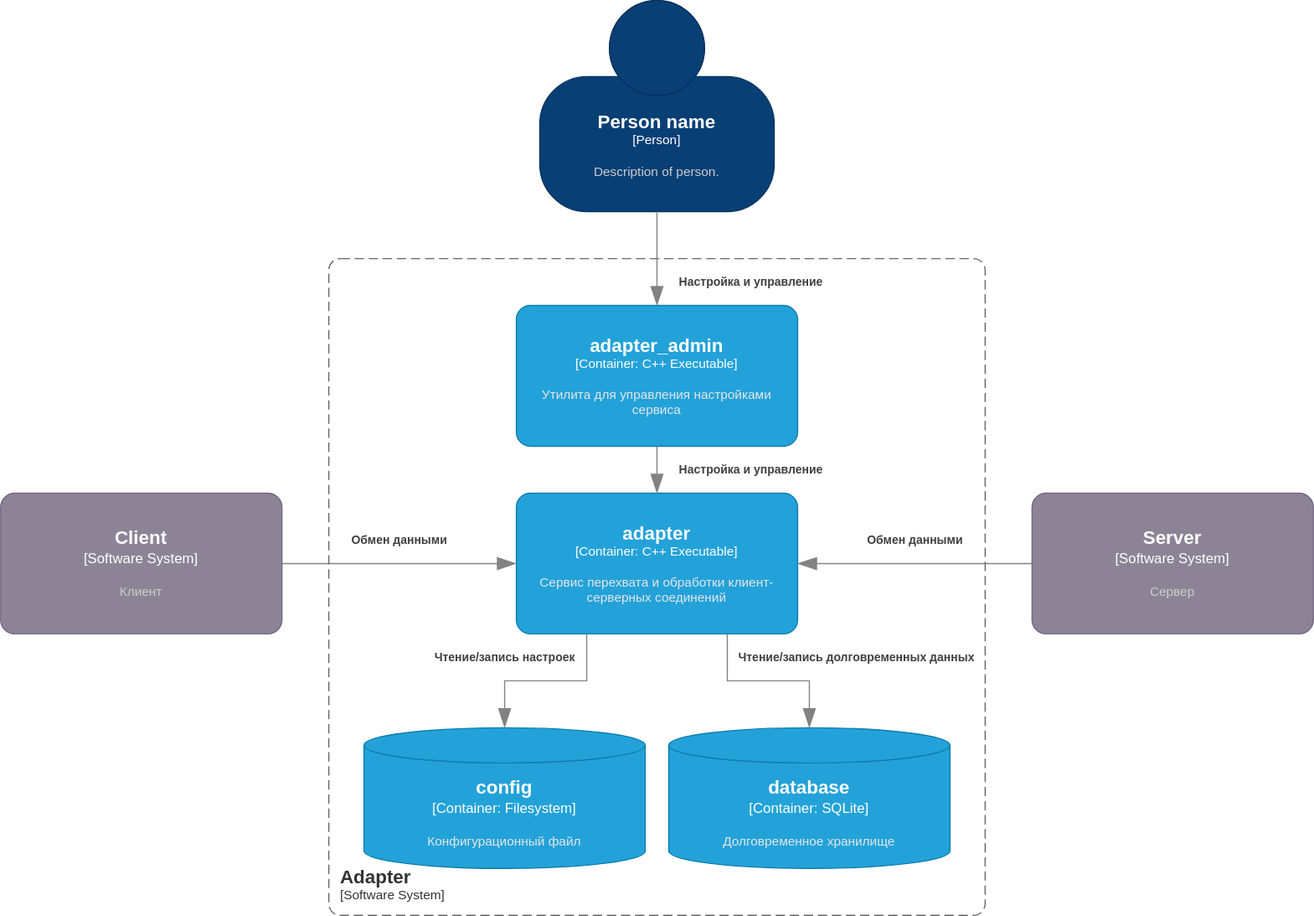
This is diagrams/ContainerDiagram.svg from OmarovAmir/otus, a draw.io export, as it was before one commit. Source tidied: cells renumbered, new cells last; positions are measured from the earlier drawing's top-left corner, leaving out a move shared by most shapes.
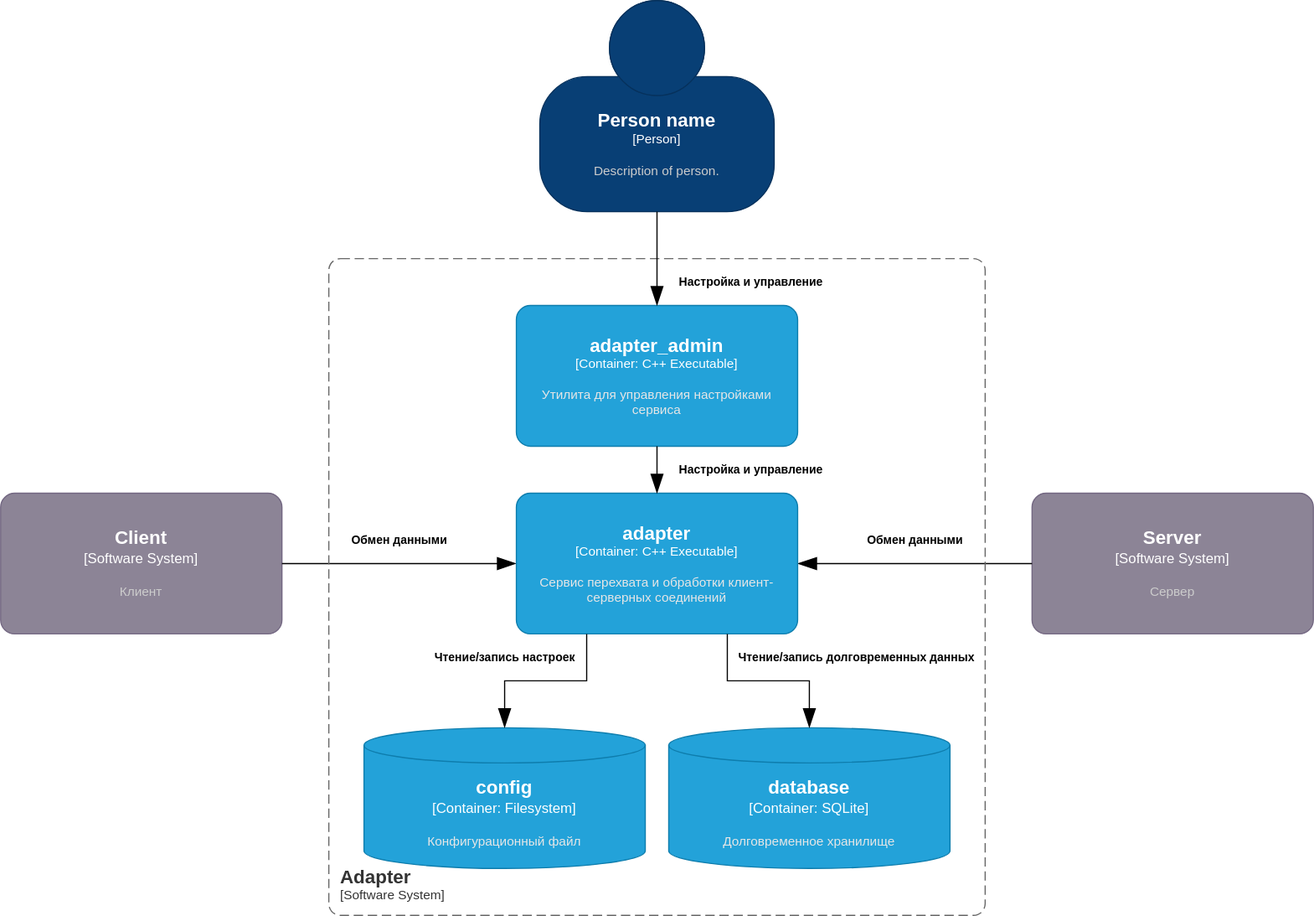
After the commit.

Change to the diagram source:
```diff
@@ -13,12 +13,12 @@
       </mxCell>
     </object>
     <object id="4" label="&lt;div style=&quot;text-align: left&quot;&gt;&lt;div style=&quot;text-align: center&quot;&gt;&lt;b&gt;%c4Description%&lt;/b&gt;&lt;/div&gt;&lt;/div&gt;" c4Description="Обмен данными" c4Type="Relationship" placeholders="1">
-      <mxCell style="endArrow=blockThin;html=1;fontSize=10;fontColor=#404040;strokeWidth=1;endFill=1;strokeColor=#828282;elbow=vertical;endSize=14;startSize=14;jumpStyle=arc;jumpSize=16;rounded=0;edgeStyle=orthogonalEdgeStyle;exitX=1;exitY=0.5;exitDx=0;exitDy=0;exitPerimeter=0;entryX=0;entryY=0.5;entryDx=0;entryDy=0;entryPerimeter=0;startArrow=none;startFill=0;labelBackgroundColor=none;" parent="1" edge="1" source="2" target="7">
+      <mxCell style="endArrow=blockThin;html=1;fontSize=10;fontColor=#000000;strokeWidth=1;endFill=1;strokeColor=#000000;elbow=vertical;endSize=14;startSize=14;jumpStyle=arc;jumpSize=16;rounded=0;edgeStyle=orthogonalEdgeStyle;exitX=1;exitY=0.5;exitDx=0;exitDy=0;exitPerimeter=0;entryX=0;entryY=0.5;entryDx=0;entryDy=0;entryPerimeter=0;startArrow=none;startFill=0;labelBackgroundColor=none;" parent="1" edge="1" source="2" target="7">
         <mxGeometry y="20" relative="1" as="geometry" />
       </mxCell>
     </object>
     <object id="5" label="&lt;div style=&quot;text-align: left&quot;&gt;&lt;div style=&quot;text-align: center&quot;&gt;&lt;b&gt;%c4Description%&lt;/b&gt;&lt;/div&gt;&lt;/div&gt;" c4Description="Обмен данными" c4Type="Relationship" placeholders="1">
-      <mxCell style="endArrow=none;html=1;fontSize=10;fontColor=#404040;strokeWidth=1;endFill=0;strokeColor=#828282;elbow=vertical;endSize=14;startSize=14;jumpStyle=arc;jumpSize=16;rounded=0;edgeStyle=orthogonalEdgeStyle;entryX=0;entryY=0.5;entryDx=0;entryDy=0;entryPerimeter=0;exitX=1;exitY=0.5;exitDx=0;exitDy=0;exitPerimeter=0;startArrow=blockThin;startFill=1;labelBackgroundColor=none;" parent="1" edge="1" source="7" target="3">
+      <mxCell style="endArrow=none;html=1;fontSize=10;fontColor=#000000;strokeWidth=1;endFill=0;strokeColor=#000000;elbow=vertical;endSize=14;startSize=14;jumpStyle=arc;jumpSize=16;rounded=0;edgeStyle=orthogonalEdgeStyle;entryX=0;entryY=0.5;entryDx=0;entryDy=0;entryPerimeter=0;exitX=1;exitY=0.5;exitDx=0;exitDy=0;exitPerimeter=0;startArrow=blockThin;startFill=1;labelBackgroundColor=none;" parent="1" edge="1" source="7" target="3">
         <mxGeometry y="20" relative="1" as="geometry" />
       </mxCell>
     </object>
@@ -48,19 +48,19 @@
       </mxCell>
     </object>
     <object id="11" label="&lt;div style=&quot;text-align: left&quot;&gt;&lt;div style=&quot;text-align: center&quot;&gt;&lt;b&gt;%c4Description%&lt;/b&gt;&lt;/div&gt;&lt;/div&gt;" c4Description="Настройка и управление" c4Type="Relationship" placeholders="1">
-      <mxCell style="endArrow=blockThin;html=1;fontSize=10;fontColor=#404040;strokeWidth=1;endFill=1;strokeColor=#828282;elbow=vertical;endSize=14;startSize=14;jumpStyle=arc;jumpSize=16;rounded=0;edgeStyle=orthogonalEdgeStyle;exitX=0.5;exitY=1;exitDx=0;exitDy=0;exitPerimeter=0;entryX=0.5;entryY=0;entryDx=0;entryDy=0;entryPerimeter=0;labelBackgroundColor=none;" parent="1" edge="1" source="10" target="7">
+      <mxCell style="endArrow=blockThin;html=1;fontSize=10;fontColor=#000000;strokeWidth=1;endFill=1;strokeColor=#000000;elbow=vertical;endSize=14;startSize=14;jumpStyle=arc;jumpSize=16;rounded=0;edgeStyle=orthogonalEdgeStyle;exitX=0.5;exitY=1;exitDx=0;exitDy=0;exitPerimeter=0;entryX=0.5;entryY=0;entryDx=0;entryDy=0;entryPerimeter=0;labelBackgroundColor=none;" parent="1" edge="1" source="10" target="7">
         <mxGeometry y="80" relative="1" as="geometry" />
       </mxCell>
     </object>
     <object id="12" label="&lt;div style=&quot;text-align: left&quot;&gt;&lt;div style=&quot;text-align: center&quot;&gt;&lt;b&gt;%c4Description%&lt;/b&gt;&lt;/div&gt;&lt;/div&gt;" c4Description="Чтение/запись настроек" c4Type="Relationship" placeholders="1">
-      <mxCell style="endArrow=blockThin;html=1;fontSize=10;fontColor=#404040;strokeWidth=1;endFill=1;strokeColor=#828282;elbow=vertical;endSize=14;startSize=14;jumpStyle=arc;jumpSize=16;rounded=0;edgeStyle=orthogonalEdgeStyle;exitX=0.25;exitY=1;exitDx=0;exitDy=0;exitPerimeter=0;entryX=0.5;entryY=0;entryDx=0;entryDy=0;entryPerimeter=0;startArrow=none;startFill=0;labelBackgroundColor=none;" parent="1" edge="1" source="7" target="9">
+      <mxCell style="endArrow=blockThin;html=1;fontSize=10;fontColor=#000000;strokeWidth=1;endFill=1;strokeColor=#000000;elbow=vertical;endSize=14;startSize=14;jumpStyle=arc;jumpSize=16;rounded=0;edgeStyle=orthogonalEdgeStyle;exitX=0.25;exitY=1;exitDx=0;exitDy=0;exitPerimeter=0;entryX=0.5;entryY=0;entryDx=0;entryDy=0;entryPerimeter=0;startArrow=none;startFill=0;labelBackgroundColor=none;" parent="1" edge="1" source="7" target="9">
         <mxGeometry x="0.47" y="-20" relative="1" as="geometry">
           <mxPoint x="20" y="-20" as="offset" />
         </mxGeometry>
       </mxCell>
     </object>
     <object id="13" label="&lt;div style=&quot;text-align: left&quot;&gt;&lt;div style=&quot;text-align: center&quot;&gt;&lt;b&gt;%c4Description%&lt;/b&gt;&lt;/div&gt;&lt;/div&gt;" c4Description="Чтение/запись долговременных данных" c4Type="Relationship" placeholders="1">
-      <mxCell style="endArrow=blockThin;html=1;fontSize=10;fontColor=#404040;strokeWidth=1;endFill=1;strokeColor=#828282;elbow=vertical;endSize=14;startSize=14;jumpStyle=arc;jumpSize=16;rounded=0;edgeStyle=orthogonalEdgeStyle;entryX=0.5;entryY=0;entryDx=0;entryDy=0;entryPerimeter=0;startArrow=none;startFill=0;exitX=0.75;exitY=1;exitDx=0;exitDy=0;exitPerimeter=0;labelBackgroundColor=none;" parent="1" edge="1" source="7" target="8">
+      <mxCell style="endArrow=blockThin;html=1;fontSize=10;fontColor=#000000;strokeWidth=1;endFill=1;strokeColor=#000000;elbow=vertical;endSize=14;startSize=14;jumpStyle=arc;jumpSize=16;rounded=0;edgeStyle=orthogonalEdgeStyle;entryX=0.5;entryY=0;entryDx=0;entryDy=0;entryPerimeter=0;startArrow=none;startFill=0;exitX=0.75;exitY=1;exitDx=0;exitDy=0;exitPerimeter=0;labelBackgroundColor=none;" parent="1" edge="1" source="7" target="8">
         <mxGeometry x="0.47" y="45" relative="1" as="geometry">
           <mxPoint x="-5" y="-20" as="offset" />
         </mxGeometry>
@@ -72,7 +72,7 @@
       </mxCell>
     </object>
     <object id="15" label="&lt;div style=&quot;text-align: left&quot;&gt;&lt;div style=&quot;text-align: center&quot;&gt;&lt;b&gt;%c4Description%&lt;/b&gt;&lt;/div&gt;&lt;/div&gt;" c4Description="Настройка и управление" c4Type="Relationship" placeholders="1">
-      <mxCell style="endArrow=blockThin;html=1;fontSize=10;fontColor=#404040;strokeWidth=1;endFill=1;strokeColor=#828282;elbow=vertical;endSize=14;startSize=14;jumpStyle=arc;jumpSize=16;rounded=0;edgeStyle=orthogonalEdgeStyle;exitX=0.5;exitY=1;exitDx=0;exitDy=0;exitPerimeter=0;entryX=0.5;entryY=0;entryDx=0;entryDy=0;entryPerimeter=0;labelBackgroundColor=none;" parent="1" edge="1" source="14" target="10">
+      <mxCell style="endArrow=blockThin;html=1;fontSize=10;fontColor=#000000;strokeWidth=1;endFill=1;strokeColor=#000000;elbow=vertical;endSize=14;startSize=14;jumpStyle=arc;jumpSize=16;rounded=0;edgeStyle=orthogonalEdgeStyle;exitX=0.5;exitY=1;exitDx=0;exitDy=0;exitPerimeter=0;entryX=0.5;entryY=0;entryDx=0;entryDy=0;entryPerimeter=0;labelBackgroundColor=none;" parent="1" edge="1" source="14" target="10">
         <mxGeometry x="0.5" y="80" relative="1" as="geometry" />
       </mxCell>
     </object>
```
